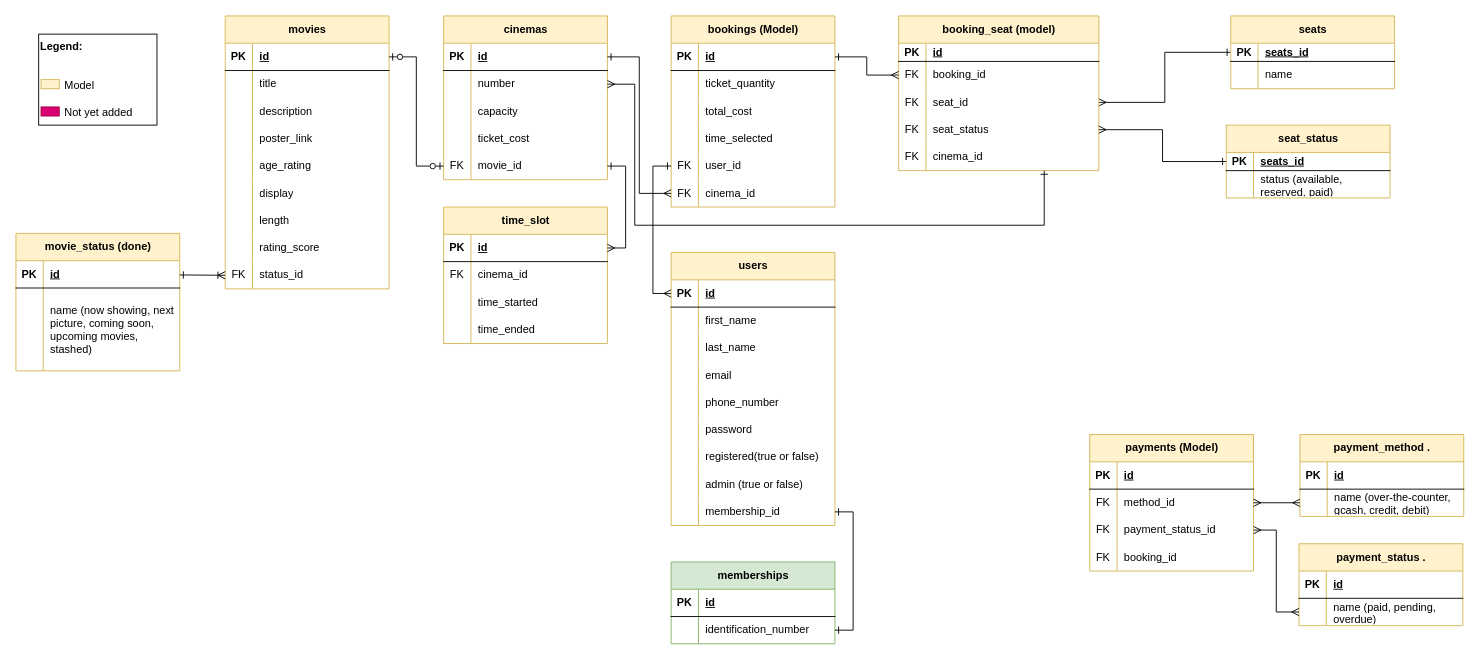
This is page "Page-2" (2 of 2) of FLICKS.drawio from SammDumpingStation/FLICKS-Movie-Ticket-Booking-System, a draw.io file, before an edit. Source tidied: cells renumbered, new cells numbered last; positions are measured from the earlier drawing's top-left corner, leaving out a move shared by most shapes. Both pictures are drawn from the tidied source at 91%, with x=0, y=0 at pixel (15, 15).
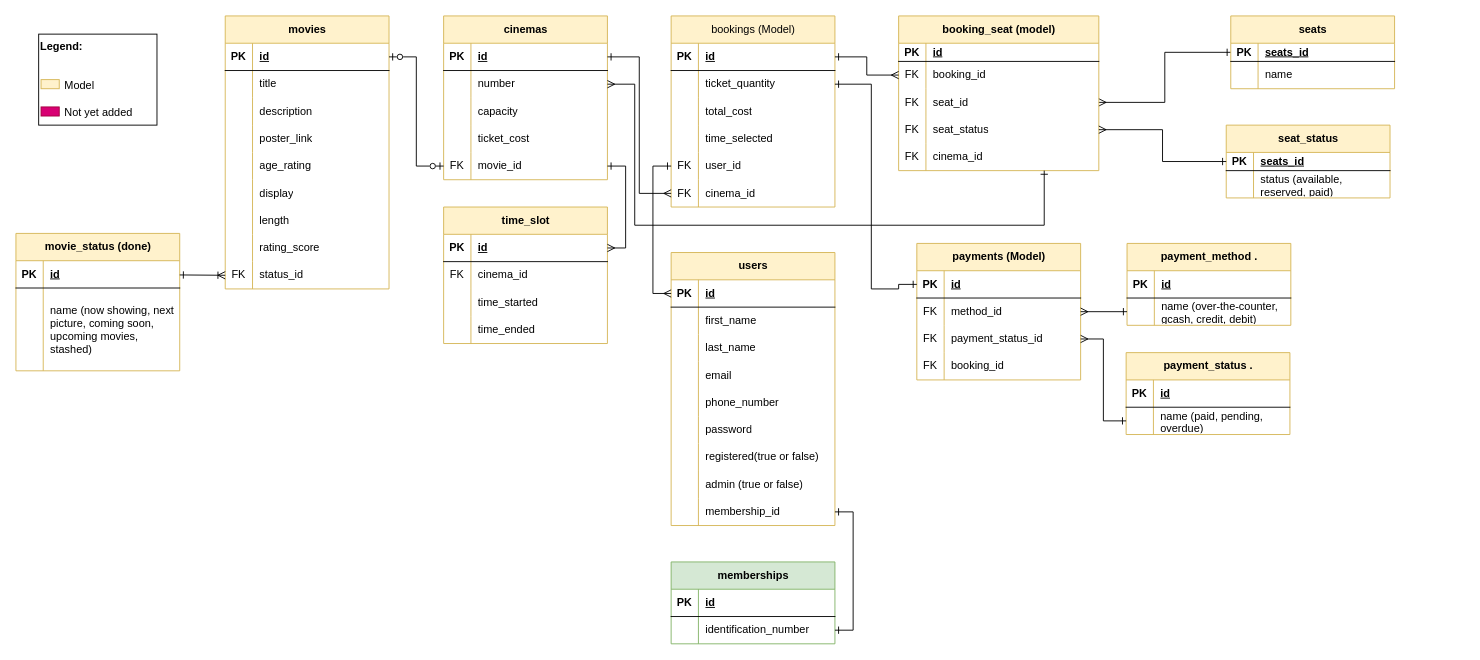
After the change.

The change refers to these unchanged cells:
```xml
<mxCell id="59" style="shape=tableRow;horizontal=0;startSize=0;swimlaneHead=0;swimlaneBody=0;fillColor=none;points=[[0,0.5],[1,0.5]];portConstraint=eastwest;top=0;left=0;right=0;bottom=1;" parent="58" vertex="1">
  <mxGeometry y="30" width="180" height="30" as="geometry" />
</mxCell>
<mxCell id="62" style="shape=tableRow;horizontal=0;startSize=0;swimlaneHead=0;swimlaneBody=0;fillColor=none;points=[[0,0.5],[1,0.5]];portConstraint=eastwest;top=0;left=0;right=0;bottom=0;" parent="58" vertex="1">
  <mxGeometry y="60" width="180" height="30" as="geometry" />
</mxCell>
<mxCell id="65" style="shape=tableRow;horizontal=0;startSize=0;swimlaneHead=0;swimlaneBody=0;fillColor=none;points=[[0,0.5],[1,0.5]];portConstraint=eastwest;top=0;left=0;right=0;bottom=0;" parent="58" vertex="1">
  <mxGeometry y="90" width="180" height="30" as="geometry" />
</mxCell>
<mxCell id="91" style="shape=tableRow;horizontal=0;startSize=0;swimlaneHead=0;swimlaneBody=0;fillColor=none;points=[[0,0.5],[1,0.5]];portConstraint=eastwest;top=0;left=0;right=0;bottom=0;" parent="87" vertex="1">
  <mxGeometry y="60" width="180" height="30" as="geometry" />
</mxCell>
<mxCell id="132" style="shape=tableRow;horizontal=0;startSize=0;swimlaneHead=0;swimlaneBody=0;fillColor=none;points=[[0,0.5],[1,0.5]];portConstraint=eastwest;top=0;left=0;right=0;bottom=0;" parent="128" vertex="1">
  <mxGeometry y="60" width="180" height="30" as="geometry" />
</mxCell>
<mxCell id="139" style="shape=tableRow;horizontal=0;startSize=0;swimlaneHead=0;swimlaneBody=0;fillColor=none;points=[[0,0.5],[1,0.5]];portConstraint=eastwest;top=0;left=0;right=0;bottom=0;" parent="135" vertex="1">
  <mxGeometry y="60" width="180" height="30" as="geometry" />
</mxCell>
```

Diff of the diagram source:
```diff
@@
     <mxCell id="58" value="payments (Model)" style="shape=table;startSize=30;childLayout=tableLayout;rowLines=0;fontStyle=1;align=center;html=1;fillColor=#fff2cc;strokeColor=#d6b656;" parent="1" vertex="1">
-      <mxGeometry x="1180" y="460" width="180" height="150" as="geometry" />
+      <mxGeometry x="990" y="250" width="180" height="150" as="geometry" />
     </mxCell>
@@
-    <mxCell id="87" value="bookings (Model)" style="shape=table;startSize=30;childLayout=tableLayout;rowLines=0;fontStyle=1;align=center;html=1;fillColor=#fff2cc;strokeColor=#d6b656;" parent="1" vertex="1">
+    <mxCell id="87" value="bookings (Model)" style="shape=table;startSize=30;childLayout=tableLayout;rowLines=0;fontStyle=0;align=center;html=1;fillColor=#fff2cc;strokeColor=#d6b656;" parent="1" vertex="1">
       <mxGeometry x="720" width="180" height="210" as="geometry" />
     </mxCell>
@@
     <mxCell id="128" value="payment_status ." style="shape=table;startSize=30;childLayout=tableLayout;rowLines=0;fontStyle=1;align=center;html=1;fillColor=#fff2cc;strokeColor=#d6b656;" parent="1" vertex="1">
-      <mxGeometry x="1410" y="580" width="180" height="90" as="geometry" />
+      <mxGeometry x="1220" y="370" width="180" height="90" as="geometry" />
     </mxCell>
@@
     <mxCell id="135" value="payment_method ." style="shape=table;startSize=30;childLayout=tableLayout;rowLines=0;fontStyle=1;align=center;html=1;fillColor=#fff2cc;strokeColor=#d6b656;" parent="1" vertex="1">
-      <mxGeometry x="1411" y="460" width="180" height="90" as="geometry" />
+      <mxGeometry x="1221" y="250" width="180" height="90" as="geometry" />
     </mxCell>
@@
-    <mxCell id="183" style="edgeStyle=orthogonalEdgeStyle;rounded=0;jettySize=auto;html=1;entryX=1;entryY=0.5;entryDx=0;entryDy=0;endArrow=ERmany;endFill=0;startArrow=ERmany;startFill=0;" parent="1" edge="1" source="132" target="65">
+    <mxCell id="183" style="edgeStyle=orthogonalEdgeStyle;rounded=0;jettySize=auto;html=1;entryX=1;entryY=0.5;entryDx=0;entryDy=0;endArrow=ERmany;endFill=0;startArrow=ERone;startFill=0;" parent="1" edge="1" source="132" target="65">
       <mxGeometry relative="1" as="geometry" />
     </mxCell>
-    <mxCell id="184" style="edgeStyle=orthogonalEdgeStyle;rounded=0;jettySize=auto;html=1;entryX=1;entryY=0.5;entryDx=0;entryDy=0;endArrow=ERmany;endFill=0;startArrow=ERmany;startFill=0;" parent="1" edge="1" source="139" target="62">
+    <mxCell id="184" style="edgeStyle=orthogonalEdgeStyle;rounded=0;jettySize=auto;html=1;entryX=1;entryY=0.5;entryDx=0;entryDy=0;endArrow=ERmany;endFill=0;startArrow=ERone;startFill=0;" parent="1" edge="1" source="139" target="62">
       <mxGeometry relative="1" as="geometry" />
     </mxCell>
@@
+    <mxCell id="194" style="edgeStyle=orthogonalEdgeStyle;rounded=0;jettySize=auto;html=1;entryX=0;entryY=0.5;entryDx=0;entryDy=0;startArrow=ERone;startFill=0;endArrow=ERone;endFill=0;" parent="1" edge="1" source="91" target="59">
+      <mxGeometry relative="1" as="geometry">
+        <Array as="points">
+          <mxPoint x="940" y="75" />
+          <mxPoint x="940" y="300" />
+          <mxPoint x="970" y="300" />
+          <mxPoint x="970" y="295" />
+        </Array>
+      </mxGeometry>
+    </mxCell>
```
